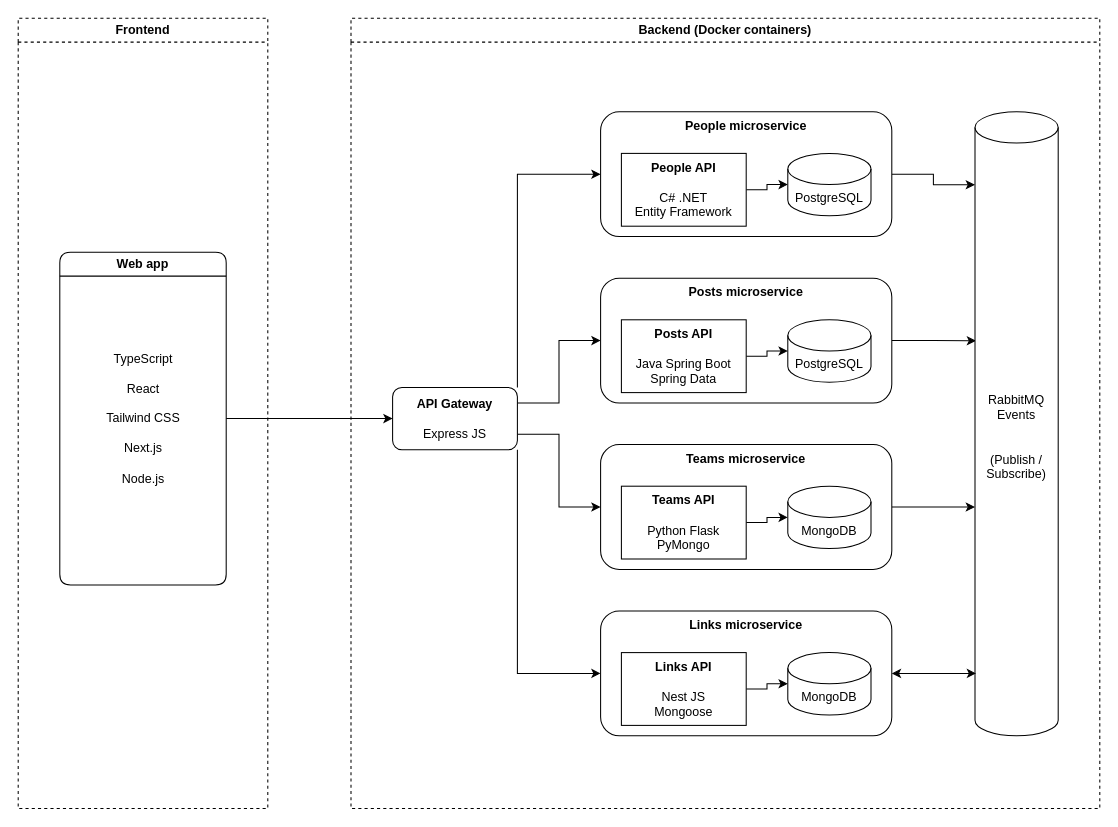
Before: diagram_architecture.drawio in chrisashwalker/hoot, a draw.io diagram. Source tidied: cells renumbered, new cells numbered last; positions are measured from the earlier drawing's top-left corner, leaving out a move shared by most shapes. Both pictures are drawn from the tidied source at 104%, with x=0, y=0 at pixel (18, 18).
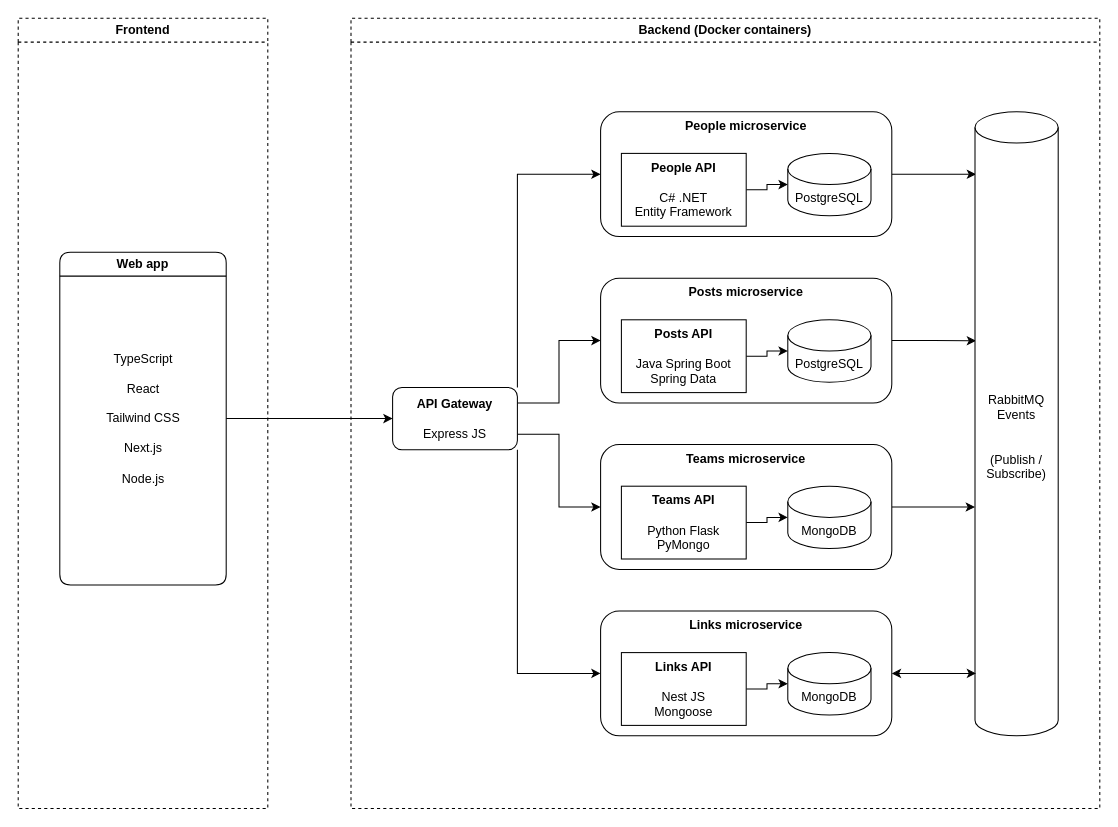
Above is the later version.

Unchanged cells that the change refers to:
```xml
<mxCell id="5" value="Backend (Docker containers)" style="swimlane;whiteSpace=wrap;html=1;dashed=1;strokeColor=default;" parent="1" vertex="1">
  <mxGeometry x="320" width="720" height="760" as="geometry" />
</mxCell>
<mxCell id="12" value="&lt;div&gt;&lt;b&gt;People microservice&lt;/b&gt;&lt;/div&gt;" style="rounded=1;whiteSpace=wrap;html=1;verticalAlign=top;" parent="5" vertex="1">
  <mxGeometry x="240" y="90" width="280" height="120" as="geometry" />
</mxCell>
<mxCell id="30" value="&lt;div&gt;RabbitMQ Events&lt;/div&gt;&lt;div&gt;&lt;br&gt;&lt;/div&gt;&lt;div&gt;&lt;br&gt;&lt;/div&gt;&lt;div&gt;(Publish / Subscribe)&lt;br&gt;&lt;/div&gt;" style="shape=cylinder3;whiteSpace=wrap;html=1;boundedLbl=1;backgroundOutline=1;size=15;direction=east;rotation=0;" parent="5" vertex="1">
  <mxGeometry x="600" y="90" width="80" height="600" as="geometry" />
</mxCell>
```

The edit, as a diff of the source:
```diff
@@
-    <mxCell id="11" style="edgeStyle=orthogonalEdgeStyle;rounded=0;jettySize=auto;html=1;exitX=1;exitY=0.5;exitDx=0;exitDy=0;entryX=0;entryY=0.117;entryDx=0;entryDy=0;entryPerimeter=0;" parent="5" edge="1" source="12" target="30">
+    <mxCell id="11" style="edgeStyle=orthogonalEdgeStyle;rounded=0;jettySize=auto;html=1;exitX=1;exitY=0.5;exitDx=0;exitDy=0;entryX=0.013;entryY=0.1;entryDx=0;entryDy=0;entryPerimeter=0;" parent="5" edge="1" source="12" target="30">
       <mxGeometry relative="1" as="geometry" />
     </mxCell>
```
